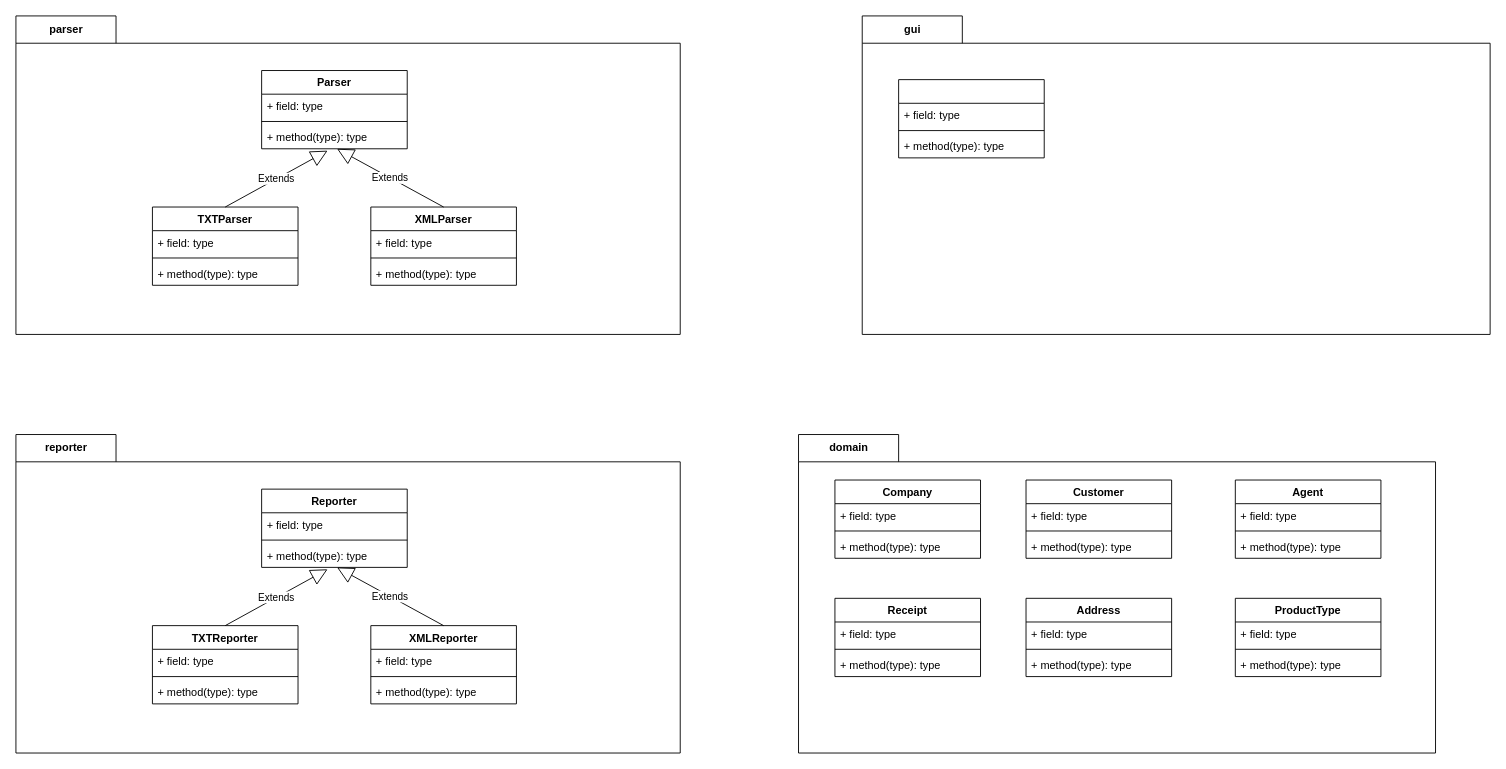
Before: soft-devII-2024-project-material/sales-commissions-application/bin/new_class_diagram.drawio in philipAthanasopoulos/Saleio, a draw.io diagram. Source tidied: cells renumbered, new cells numbered last; positions are measured from the earlier drawing's top-left corner, leaving out a move shared by most shapes. Both pictures are drawn from the tidied source at 91%, with x=0, y=0 at pixel (15, 15).
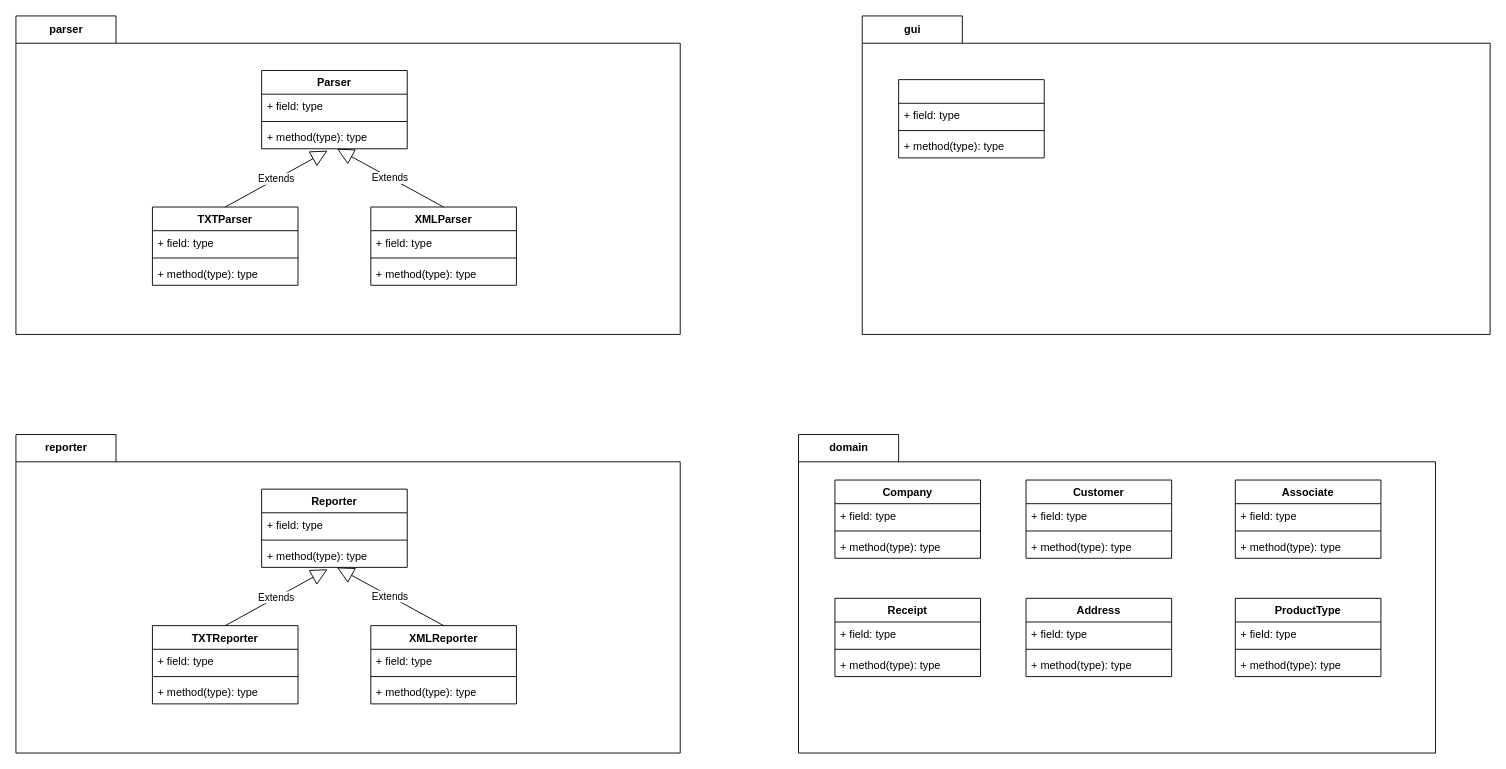
The same diagram, later.

The change refers to these unchanged cells:
```xml
<mxCell id="37" value="domain" style="shape=folder;fontStyle=1;tabWidth=110;tabHeight=30;tabPosition=left;html=1;boundedLbl=1;labelInHeader=1;" parent="1" vertex="1">
  <mxGeometry x="860" y="460" width="700" height="350" as="geometry" />
</mxCell>
```

Change to the diagram source:
```diff
@@
-    <mxCell id="46" value="Agent" style="swimlane;fontStyle=1;align=center;verticalAlign=top;horizontal=1;startSize=26;" parent="37" vertex="1">
+    <mxCell id="46" value="Associate" style="swimlane;fontStyle=1;align=center;verticalAlign=top;horizontal=1;startSize=26;" parent="37" vertex="1">
       <mxGeometry x="480" y="50" width="160" height="86" as="geometry" />
     </mxCell>
```
